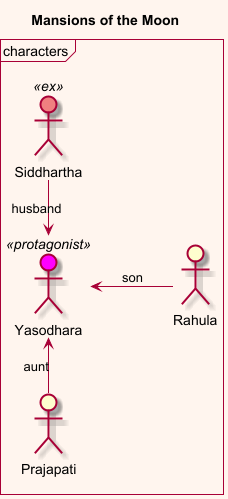
The PlantUML diagram Mansions of the Moon/Mansions of the Moon-Mansions_of_the_Moon.png in olek3/reading, before a commit.
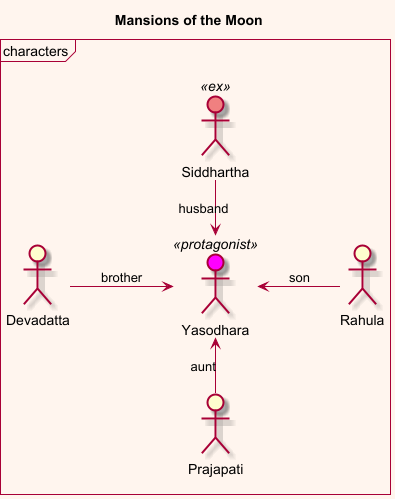
After the change.

What changed in the source:
```diff
@@ -22,6 +22,9 @@
 :Rahula: as fetter
 she <-- fetter : son
 
+:Devadatta: as devadatta
+
+devadatta --> she : brother
 
 
 @enduml
```
